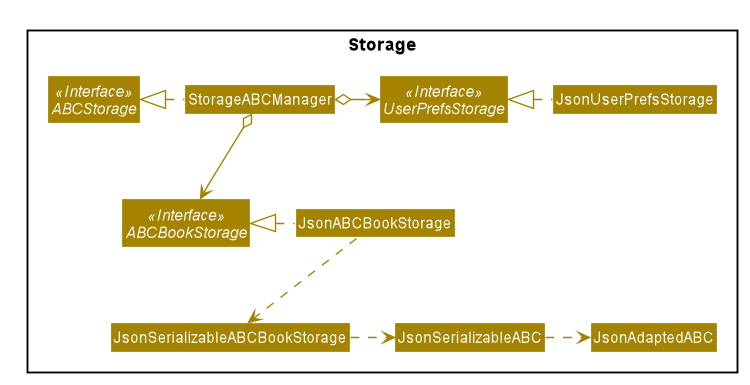
The PlantUML diagram docs/images/StorageClassDiagram.png in shadowezz/Productiv, before a commit.
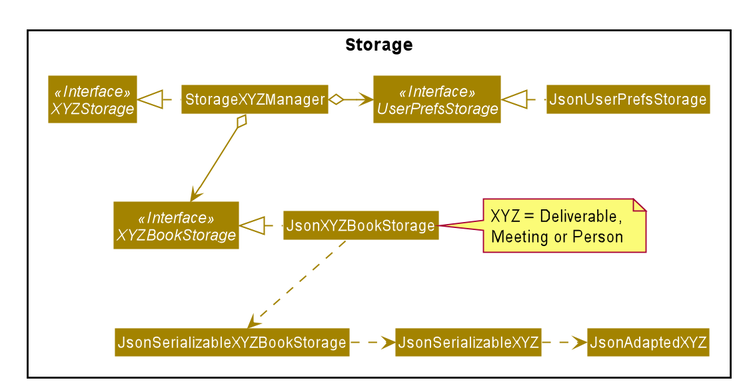
After the commit.

Diff of the diagram source:
```diff
@@ -47,27 +47,31 @@
 hide footbox
 hide members
 hide circle
+
+scale 1.5
+
 skinparam arrowThickness 1.1
 skinparam arrowColor #A38300
 skinparam classBackgroundColor #A38300
 
 package Storage{
-Interface ABCStorage <<Interface>>
+Interface XYZStorage <<Interface>>
 Interface UserPrefsStorage <<Interface>>
-Interface ABCBookStorage <<Interface>>
+Interface XYZBookStorage <<Interface>>
 
-Class StorageABCManager
+Class StorageXYZManager
 Class JsonUserPrefsStorage
-Class JsonABCBookStorage
+Class JsonXYZBookStorage
 
-StorageABCManager .left.|> ABCStorage
-StorageABCManager o-right-> UserPrefsStorage
-StorageABCManager o--> ABCBookStorage
+StorageXYZManager .left.|> XYZStorage
+StorageXYZManager o-right-> UserPrefsStorage
+StorageXYZManager o--> XYZBookStorage
 
 JsonUserPrefsStorage .left.|> UserPrefsStorage
-JsonABCBookStorage .left.|> ABCBookStorage
-JsonABCBookStorage .down.> JsonSerializableABCBookStorage
-JsonSerializableABCBookStorage .right.> JsonSerializableABC
-JsonSerializableABC .right.> JsonAdaptedABC
+JsonXYZBookStorage .left.|> XYZBookStorage
+JsonXYZBookStorage .down.> JsonSerializableXYZBookStorage
+JsonSerializableXYZBookStorage .right.> JsonSerializableXYZ
+JsonSerializableXYZ .right.> JsonAdaptedXYZ
+note right of JsonXYZBookStorage : XYZ = Deliverable, \nMeeting or Person
 }
 @enduml
```
